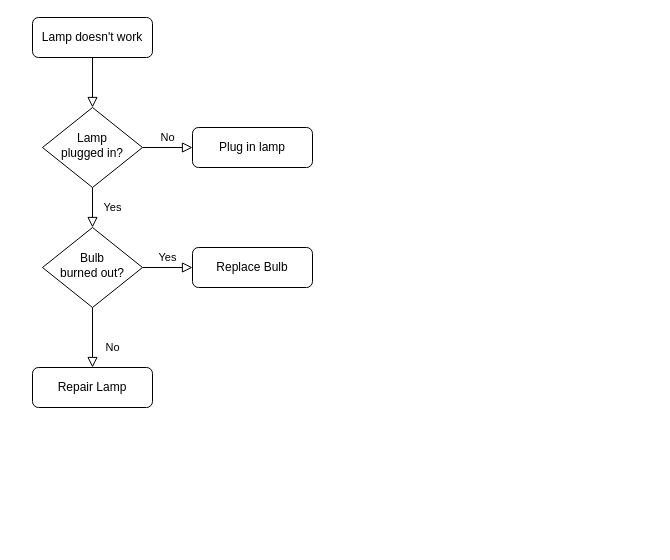
Vivekanandbs/Draw.io keeps this draw.io diagram as Untitled Diagram.drawio. Above is the earlier version. Source tidied: cells renumbered, new cells numbered last; positions are measured from the earlier drawing's top-left corner, leaving out a move shared by most shapes. Both pictures are drawn from the tidied source at 100%, with x=0, y=0 at pixel (32, 17).
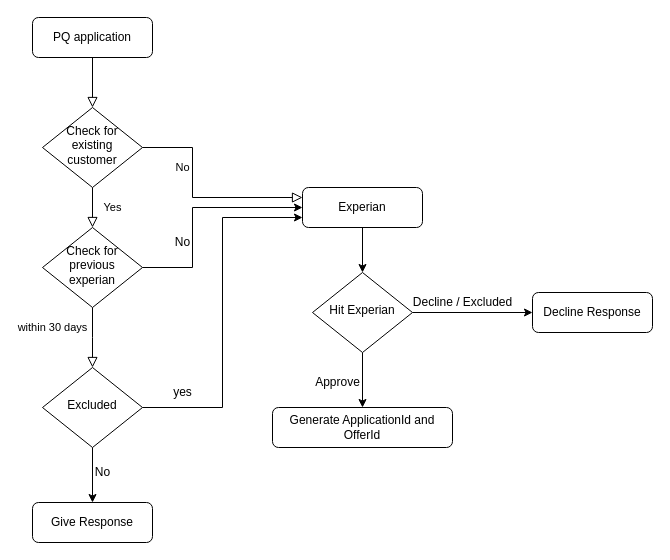
The same diagram, later.

Diff of the diagram source:
```diff
@@
-    <mxCell id="3" value="Lamp doesn't work" style="rounded=1;whiteSpace=wrap;html=1;fontSize=12;glass=0;strokeWidth=1;shadow=0;" parent="1" vertex="1">
+    <mxCell id="3" value="PQ application" style="rounded=1;whiteSpace=wrap;html=1;fontSize=12;glass=0;strokeWidth=1;shadow=0;" parent="1" vertex="1">
       <mxGeometry width="120" height="40" as="geometry" />
     </mxCell>
@@
-    <mxCell id="5" value="No" style="edgeStyle=orthogonalEdgeStyle;rounded=0;html=1;jettySize=auto;fontSize=11;endArrow=block;endFill=0;endSize=8;strokeWidth=1;shadow=0;labelBackgroundColor=none;" parent="1" edge="1" source="6" target="7">
-      <mxGeometry y="10" relative="1" as="geometry" />
+    <mxCell id="5" value="No" style="edgeStyle=orthogonalEdgeStyle;rounded=0;html=1;jettySize=auto;fontSize=11;endArrow=block;endFill=0;endSize=8;strokeWidth=1;shadow=0;labelBackgroundColor=none;entryX=0;entryY=0.25;entryDx=0;entryDy=0;" parent="1" edge="1" source="6" target="7">
+      <mxGeometry x="-0.33" y="-10" relative="1" as="geometry">
+        <Array as="points">
+          <mxPoint x="160" y="130" />
+          <mxPoint x="160" y="180" />
+        </Array>
+      </mxGeometry>
     </mxCell>
-    <mxCell id="6" value="Lamp&lt;br&gt;plugged in?" style="rhombus;whiteSpace=wrap;html=1;shadow=0;fontFamily=Helvetica;fontSize=12;align=center;strokeWidth=1;spacing=6;spacingTop=-4;" parent="1" vertex="1">
+    <mxCell id="6" value="Check for existing customer" style="rhombus;whiteSpace=wrap;html=1;shadow=0;fontFamily=Helvetica;fontSize=12;align=center;strokeWidth=1;spacing=6;spacingTop=-4;" parent="1" vertex="1">
       <mxGeometry x="10" y="90" width="100" height="80" as="geometry" />
     </mxCell>
+    <mxCell id="13" style="edgeStyle=orthogonalEdgeStyle;rounded=0;jettySize=auto;html=1;exitX=0.5;exitY=1;exitDx=0;exitDy=0;entryX=0.5;entryY=0;entryDx=0;entryDy=0;" parent="1" edge="1" source="7" target="17">
+      <mxGeometry relative="1" as="geometry" />
+    </mxCell>
-    <mxCell id="7" value="Plug in lamp" style="rounded=1;whiteSpace=wrap;html=1;fontSize=12;glass=0;strokeWidth=1;shadow=0;" parent="1" vertex="1">
-      <mxGeometry x="160" y="110" width="120" height="40" as="geometry" />
+    <mxCell id="7" value="Experian" style="rounded=1;whiteSpace=wrap;html=1;fontSize=12;glass=0;strokeWidth=1;shadow=0;" parent="1" vertex="1">
+      <mxGeometry x="270" y="170" width="120" height="40" as="geometry" />
     </mxCell>
-    <mxCell id="8" value="No" style="rounded=0;html=1;jettySize=auto;fontSize=11;endArrow=block;endFill=0;endSize=8;strokeWidth=1;shadow=0;labelBackgroundColor=none;edgeStyle=orthogonalEdgeStyle;" parent="1" edge="1" source="10" target="11">
-      <mxGeometry x="0.33" y="20" relative="1" as="geometry" />
+    <mxCell id="8" value="within 30 days" style="rounded=0;html=1;jettySize=auto;fontSize=11;endArrow=block;endFill=0;endSize=8;strokeWidth=1;shadow=0;labelBackgroundColor=none;edgeStyle=orthogonalEdgeStyle;" parent="1" edge="1" source="10">
+      <mxGeometry x="-0.33" y="-40" relative="1" as="geometry">
+        <mxPoint x="60" y="350" as="targetPoint" />
+      </mxGeometry>
     </mxCell>
-    <mxCell id="9" value="Yes" style="edgeStyle=orthogonalEdgeStyle;rounded=0;html=1;jettySize=auto;fontSize=11;endArrow=block;endFill=0;endSize=8;strokeWidth=1;shadow=0;labelBackgroundColor=none;" parent="1" edge="1" source="10" target="12">
-      <mxGeometry y="10" relative="1" as="geometry" />
-    </mxCell>
+    <mxCell id="14" style="edgeStyle=orthogonalEdgeStyle;rounded=0;jettySize=auto;html=1;exitX=1;exitY=0.5;exitDx=0;exitDy=0;entryX=0;entryY=0.5;entryDx=0;entryDy=0;" parent="1" edge="1" source="10" target="7">
+      <mxGeometry relative="1" as="geometry">
+        <Array as="points">
+          <mxPoint x="160" y="250" />
+          <mxPoint x="160" y="190" />
+        </Array>
+      </mxGeometry>
+    </mxCell>
-    <mxCell id="10" value="Bulb&lt;br&gt;burned out?" style="rhombus;whiteSpace=wrap;html=1;shadow=0;fontFamily=Helvetica;fontSize=12;align=center;strokeWidth=1;spacing=6;spacingTop=-4;" parent="1" vertex="1">
+    <mxCell id="10" value="Check for previous experian" style="rhombus;whiteSpace=wrap;html=1;shadow=0;fontFamily=Helvetica;fontSize=12;align=center;strokeWidth=1;spacing=6;spacingTop=-4;" parent="1" vertex="1">
       <mxGeometry x="10" y="210" width="100" height="80" as="geometry" />
     </mxCell>
-    <mxCell id="11" value="Repair Lamp" style="rounded=1;whiteSpace=wrap;html=1;fontSize=12;glass=0;strokeWidth=1;shadow=0;" parent="1" vertex="1">
-      <mxGeometry y="350" width="120" height="40" as="geometry" />
-    </mxCell>
-    <mxCell id="12" value="Replace Bulb" style="rounded=1;whiteSpace=wrap;html=1;fontSize=12;glass=0;strokeWidth=1;shadow=0;" parent="1" vertex="1">
-      <mxGeometry x="160" y="230" width="120" height="40" as="geometry" />
-    </mxCell>
+    <mxCell id="15" style="edgeStyle=orthogonalEdgeStyle;rounded=0;jettySize=auto;html=1;exitX=1;exitY=0.5;exitDx=0;exitDy=0;entryX=0;entryY=0.5;entryDx=0;entryDy=0;" parent="1" edge="1" source="17" target="20">
+      <mxGeometry relative="1" as="geometry" />
+    </mxCell>
+    <mxCell id="16" style="edgeStyle=orthogonalEdgeStyle;rounded=0;jettySize=auto;html=1;exitX=0.5;exitY=1;exitDx=0;exitDy=0;entryX=0.5;entryY=0;entryDx=0;entryDy=0;" parent="1" edge="1" source="17" target="21">
+      <mxGeometry relative="1" as="geometry" />
+    </mxCell>
+    <mxCell id="17" value="Hit Experian" style="rhombus;whiteSpace=wrap;html=1;shadow=0;fontFamily=Helvetica;fontSize=12;align=center;strokeWidth=1;spacing=6;spacingTop=-4;" parent="1" vertex="1">
+      <mxGeometry x="280" y="255" width="100" height="80" as="geometry" />
+    </mxCell>
+    <mxCell id="18" value="No" style="text;html=1;align=center;verticalAlign=middle;strokeColor=none;fillColor=none;" parent="1" vertex="1">
+      <mxGeometry x="130" y="210" width="40" height="30" as="geometry" />
+    </mxCell>
+    <mxCell id="19" value="Decline / Excluded" style="text;html=1;align=center;verticalAlign=middle;strokeColor=none;fillColor=none;" parent="1" vertex="1">
+      <mxGeometry x="370" y="270" width="120" height="30" as="geometry" />
+    </mxCell>
+    <mxCell id="20" value="Decline Response" style="rounded=1;whiteSpace=wrap;html=1;fontSize=12;glass=0;strokeWidth=1;shadow=0;" parent="1" vertex="1">
+      <mxGeometry x="500" y="275" width="120" height="40" as="geometry" />
+    </mxCell>
+    <mxCell id="21" value="Generate ApplicationId and OfferId" style="rounded=1;whiteSpace=wrap;html=1;fontSize=12;glass=0;strokeWidth=1;shadow=0;" parent="1" vertex="1">
+      <mxGeometry x="240" y="390" width="180" height="40" as="geometry" />
+    </mxCell>
+    <mxCell id="22" value="Approve" style="text;html=1;align=center;verticalAlign=middle;strokeColor=none;fillColor=none;" parent="1" vertex="1">
+      <mxGeometry x="270" y="350" width="70" height="30" as="geometry" />
+    </mxCell>
+    <mxCell id="23" style="edgeStyle=orthogonalEdgeStyle;rounded=0;jettySize=auto;html=1;exitX=1;exitY=0.5;exitDx=0;exitDy=0;entryX=0;entryY=0.75;entryDx=0;entryDy=0;" parent="1" edge="1" source="25" target="7">
+      <mxGeometry relative="1" as="geometry" />
+    </mxCell>
+    <mxCell id="24" style="edgeStyle=orthogonalEdgeStyle;rounded=0;jettySize=auto;html=1;" parent="1" edge="1" source="25" target="27">
+      <mxGeometry relative="1" as="geometry" />
+    </mxCell>
+    <mxCell id="25" value="&lt;span style=&quot;text-wrap-mode: nowrap;&quot;&gt;Excluded&lt;/span&gt;" style="rhombus;whiteSpace=wrap;html=1;shadow=0;fontFamily=Helvetica;fontSize=12;align=center;strokeWidth=1;spacing=6;spacingTop=-4;" parent="1" vertex="1">
+      <mxGeometry x="10" y="350" width="100" height="80" as="geometry" />
+    </mxCell>
+    <mxCell id="26" value="yes" style="text;html=1;align=center;verticalAlign=middle;strokeColor=none;fillColor=none;" parent="1" vertex="1">
+      <mxGeometry x="130" y="360" width="40" height="30" as="geometry" />
+    </mxCell>
+    <mxCell id="27" value="Give Response" style="rounded=1;whiteSpace=wrap;html=1;fontSize=12;glass=0;strokeWidth=1;shadow=0;" parent="1" vertex="1">
+      <mxGeometry y="485" width="120" height="40" as="geometry" />
+    </mxCell>
+    <mxCell id="28" value="No" style="text;html=1;align=center;verticalAlign=middle;strokeColor=none;fillColor=none;" parent="1" vertex="1">
+      <mxGeometry x="50" y="440" width="40" height="30" as="geometry" />
+    </mxCell>
```
